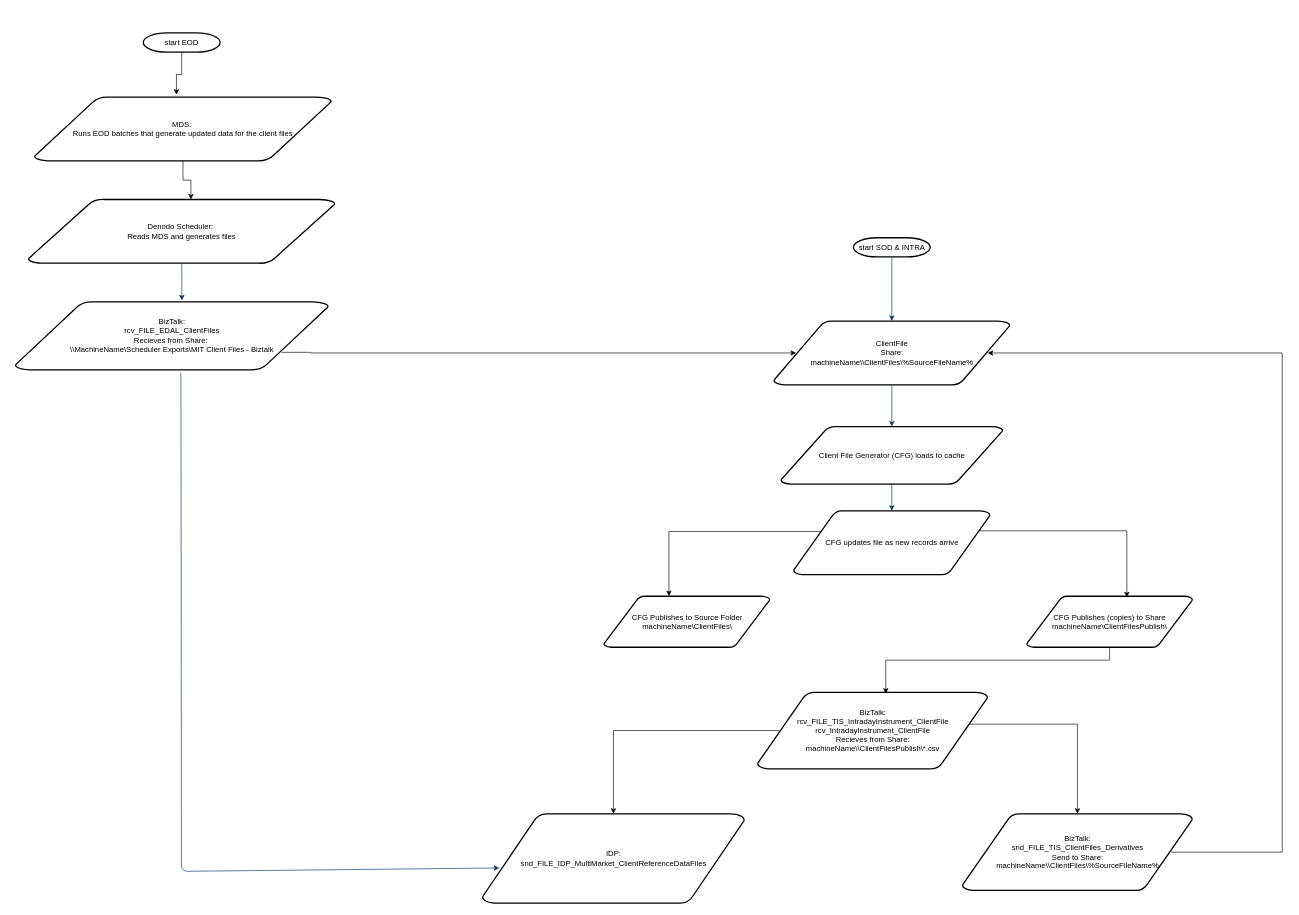
Above: ClientFiles.drawio in ByMadiba/Sandbox (draw.io), before the change. Source tidied: cells renumbered, new cells numbered last; positions are measured from the earlier drawing's top-left corner, leaving out a move shared by most shapes. Both pictures are drawn from the tidied source at 64%, with x=0, y=0 at pixel (15, 33).
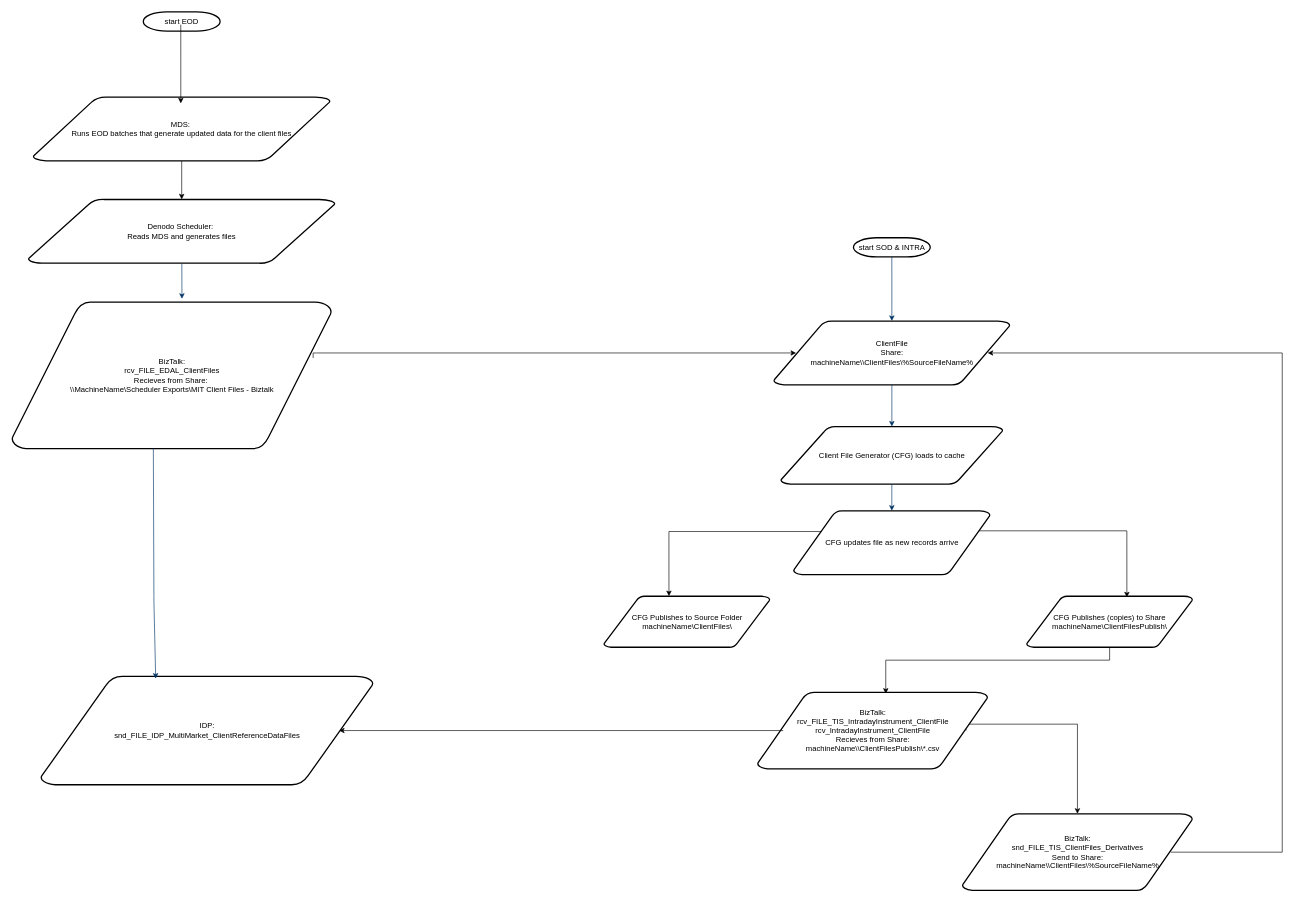
The same page after the edit.

The change refers to these unchanged cells:
```xml
<mxCell id="3" value="ClientFile&lt;br&gt;Share:&lt;br style=&quot;border-color: var(--border-color);&quot;&gt;machineName\\ClientFiles\%SourceFileName%" style="shape=mxgraph.flowchart.data;strokeWidth=2;gradientColor=none;gradientDirection=north;fontStyle=0;html=1;" parent="1" vertex="1">
  <mxGeometry x="1185.3" y="450" width="369.5" height="100" as="geometry" />
</mxCell>
<mxCell id="11" value="BizTalk:&lt;br&gt;rcv_FILE_TIS_IntradayInstrument_ClientFile&lt;br&gt;rcv_IntradayInstrument_ClientFile&lt;br&gt;Recieves from Share:&lt;br&gt;machineName\\ClientFilesPublish\*.csv" style="shape=mxgraph.flowchart.data;strokeWidth=2;gradientColor=none;gradientDirection=north;fontStyle=0;html=1;" parent="1" vertex="1">
  <mxGeometry x="1160" y="1030" width="360" height="120" as="geometry" />
</mxCell>
<mxCell id="22" value="Denodo Scheduler:&amp;nbsp;&lt;br&gt;Reads MDS and generates files" style="shape=mxgraph.flowchart.data;strokeWidth=2;gradientColor=none;gradientDirection=north;fontStyle=0;html=1;" parent="1" vertex="1">
  <mxGeometry x="20.4" y="260" width="480" height="100" as="geometry" />
</mxCell>
```

The edit, as a diff of the source:
```diff
@@
-    <mxCell id="15" style="edgeStyle=orthogonalEdgeStyle;rounded=0;jettySize=auto;html=1;exitX=0.095;exitY=0.5;exitDx=0;exitDy=0;exitPerimeter=0;" parent="1" edge="1" source="11" target="18">
-      <mxGeometry relative="1" as="geometry" />
+    <mxCell id="15" style="edgeStyle=orthogonalEdgeStyle;rounded=0;orthogonalLoop=1;jettySize=auto;html=1;exitX=0.095;exitY=0.5;exitDx=0;exitDy=0;exitPerimeter=0;entryX=0.885;entryY=0.5;entryDx=0;entryDy=0;entryPerimeter=0;" parent="1" edge="1">
+      <mxGeometry relative="1" as="geometry">
+        <mxPoint x="1200.2" y="1090" as="sourcePoint" />
+        <mxPoint x="506.2" y="1090" as="targetPoint" />
+      </mxGeometry>
     </mxCell>
@@
     <mxCell id="18" value="IDP:&lt;br&gt;snd_FILE_IDP_MultiMarket_ClientReferenceDataFiles" style="shape=mxgraph.flowchart.data;strokeWidth=2;gradientColor=none;gradientDirection=north;fontStyle=0;html=1;" parent="1" vertex="1">
-      <mxGeometry x="730" y="1220" width="410" height="140" as="geometry" />
+      <mxGeometry x="40" y="1005" width="520" height="170" as="geometry" />
     </mxCell>
@@
     <mxCell id="20" value="start EOD" style="shape=mxgraph.flowchart.terminator;strokeWidth=2;gradientColor=none;gradientDirection=north;fontStyle=0;html=1;" parent="1" vertex="1">
-      <mxGeometry x="200.4" width="120" height="30" as="geometry" />
+      <mxGeometry x="200.4" y="-33" width="120" height="30" as="geometry" />
     </mxCell>
+    <mxCell id="28" style="edgeStyle=orthogonalEdgeStyle;rounded=0;jettySize=auto;html=1;" parent="1" edge="1" source="21" target="22">
+      <mxGeometry relative="1" as="geometry">
+        <Array as="points">
+          <mxPoint x="260" y="240" />
+          <mxPoint x="260" y="240" />
+        </Array>
+      </mxGeometry>
+    </mxCell>
     <mxCell id="21" value="MDS:&amp;nbsp;&lt;div&gt;Runs EOD batches that generate updated data for the client files&lt;/div&gt;" style="shape=mxgraph.flowchart.data;strokeWidth=2;gradientColor=none;gradientDirection=north;fontStyle=0;html=1;" parent="1" vertex="1">
-      <mxGeometry x="30" y="100" width="464.8" height="100" as="geometry" />
+      <mxGeometry x="28" y="100" width="464.8" height="100" as="geometry" />
     </mxCell>
@@
     <mxCell id="24" value="BizTalk:&lt;br&gt;rcv_FILE_EDAL_ClientFiles&lt;br&gt;Recieves from Share:&amp;nbsp;&lt;br&gt;\\MachineName\Scheduler Exports\MIT Client Files - Biztalk" style="shape=mxgraph.flowchart.data;strokeWidth=2;gradientColor=none;gradientDirection=north;fontStyle=0;html=1;" parent="1" vertex="1">
-      <mxGeometry y="420" width="490" height="106.5" as="geometry" />
+      <mxGeometry x="-5.2" y="420" width="500" height="230" as="geometry" />
     </mxCell>
-    <mxCell id="25" style="edgeStyle=orthogonalEdgeStyle;rounded=0;jettySize=auto;html=1;exitX=0.849;exitY=0.742;exitDx=0;exitDy=0;exitPerimeter=0;entryX=0.095;entryY=0.5;entryDx=0;entryDy=0;entryPerimeter=0;" parent="1" edge="1" source="24" target="3">
+    <mxCell id="25" style="edgeStyle=orthogonalEdgeStyle;rounded=0;jettySize=auto;html=1;exitX=0.942;exitY=0.382;exitDx=0;exitDy=0;exitPerimeter=0;entryX=0.095;entryY=0.5;entryDx=0;entryDy=0;entryPerimeter=0;" parent="1" edge="1" source="24" target="3">
       <mxGeometry relative="1" as="geometry">
         <Array as="points">
-          <mxPoint x="462" y="499" />
+          <mxPoint x="471" y="500" />
+          <mxPoint x="540" y="500" />
+          <mxPoint x="1220" y="499" />
         </Array>
       </mxGeometry>
     </mxCell>
-    <mxCell id="26" style="fontStyle=1;strokeColor=#003366;strokeWidth=1;html=1;exitX=0.529;exitY=1.042;exitDx=0;exitDy=0;exitPerimeter=0;entryX=0.065;entryY=0.605;entryDx=0;entryDy=0;entryPerimeter=0;" parent="1" edge="1" source="24" target="18">
+    <mxCell id="26" style="fontStyle=1;strokeColor=#003366;strokeWidth=1;html=1;exitX=0.529;exitY=1.042;exitDx=0;exitDy=0;exitPerimeter=0;entryX=0.365;entryY=0.029;entryDx=0;entryDy=0;entryPerimeter=0;" parent="1" edge="1">
       <mxGeometry relative="1" as="geometry">
+        <mxPoint x="216.1" y="649" as="sourcePoint" />
+        <mxPoint x="219.8" y="1008.9" as="targetPoint" />
         <Array as="points">
-          <mxPoint x="260" y="1310" />
+          <mxPoint x="217" y="889" />
         </Array>
       </mxGeometry>
     </mxCell>
-    <mxCell id="27" style="edgeStyle=orthogonalEdgeStyle;rounded=0;jettySize=auto;html=1;entryX=0.478;entryY=-0.036;entryDx=0;entryDy=0;entryPerimeter=0;" parent="1" edge="1" source="20" target="21">
+    <mxCell id="27" style="edgeStyle=orthogonalEdgeStyle;rounded=0;jettySize=auto;html=1;entryX=0.497;entryY=0.1;entryDx=0;entryDy=0;entryPerimeter=0;exitX=0.488;exitY=0.667;exitDx=0;exitDy=0;exitPerimeter=0;" parent="1" edge="1" source="20" target="21">
       <mxGeometry relative="1" as="geometry" />
     </mxCell>
-    <mxCell id="28" style="edgeStyle=orthogonalEdgeStyle;rounded=0;jettySize=auto;html=1;entryX=0.53;entryY=0.002;entryDx=0;entryDy=0;entryPerimeter=0;" parent="1" edge="1" source="21" target="22">
-      <mxGeometry relative="1" as="geometry" />
-    </mxCell>
```
